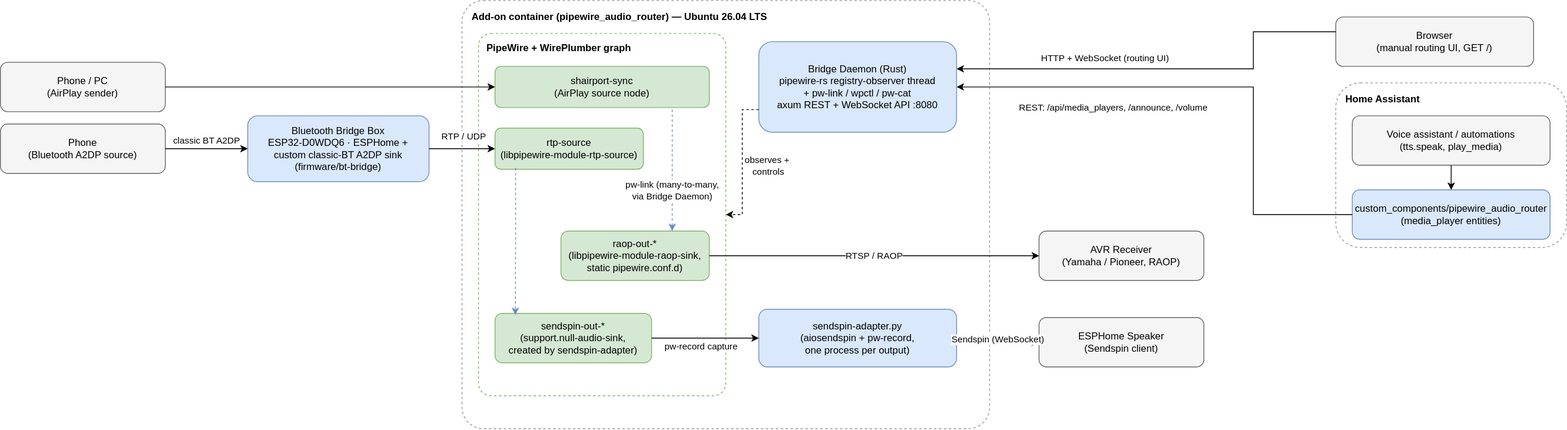
davidgraeff/homeassistant-audio-routing keeps this draw.io diagram as docs/diagrams/system-architecture.svg. Above is the earlier version. Source tidied: cells renumbered, new cells last; positions are measured from the earlier drawing's top-left corner, leaving out a move shared by most shapes.
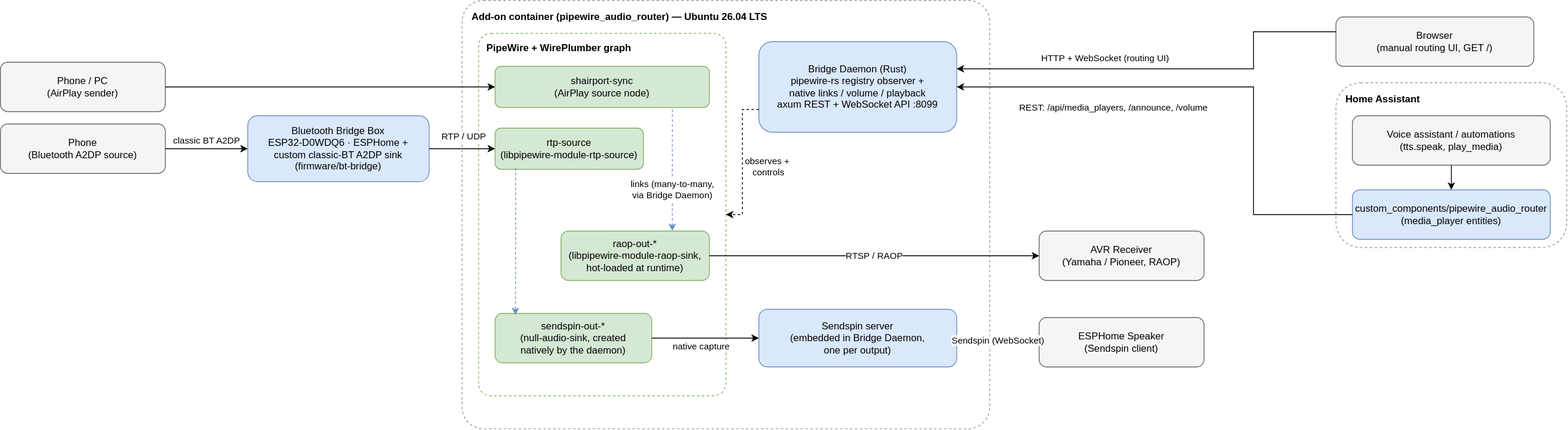
The same diagram one commit later.

Commit message:
Update docs, decisions, and diagrams for the runtime-config architecture

The edit, as a diff of the source:
```diff
@@ -23,16 +23,16 @@
     <mxCell id="8" value="rtp-source&#10;(libpipewire-module-rtp-source)" style="rounded=1;whiteSpace=wrap;html=1;fillColor=#d5e8d4;strokeColor=#82b366;" parent="1" vertex="1">
       <mxGeometry x="600" y="155" width="180" height="50" as="geometry" />
     </mxCell>
-    <mxCell id="9" value="raop-out-*&#10;(libpipewire-module-raop-sink,&#10;static pipewire.conf.d)" style="rounded=1;whiteSpace=wrap;html=1;fillColor=#d5e8d4;strokeColor=#82b366;" parent="1" vertex="1">
+    <mxCell id="9" value="raop-out-*&#10;(libpipewire-module-raop-sink,&#10;hot-loaded at runtime)" style="rounded=1;whiteSpace=wrap;html=1;fillColor=#d5e8d4;strokeColor=#82b366;" parent="1" vertex="1">
       <mxGeometry x="680" y="280" width="180" height="60" as="geometry" />
     </mxCell>
-    <mxCell id="10" value="sendspin-out-*&#10;(support.null-audio-sink,&#10;created by sendspin-adapter)" style="rounded=1;whiteSpace=wrap;html=1;fillColor=#d5e8d4;strokeColor=#82b366;" parent="1" vertex="1">
+    <mxCell id="10" value="sendspin-out-*&#10;(null-audio-sink, created&#10;natively by the daemon)" style="rounded=1;whiteSpace=wrap;html=1;fillColor=#d5e8d4;strokeColor=#82b366;" parent="1" vertex="1">
       <mxGeometry x="600" y="380" width="190" height="60" as="geometry" />
     </mxCell>
-    <mxCell id="11" value="Bridge Daemon (Rust)&#10;pipewire-rs registry-observer thread&#10;+ pw-link / wpctl / pw-cat&#10;axum REST + WebSocket API :8080" style="rounded=1;whiteSpace=wrap;html=1;fillColor=#dae8fc;strokeColor=#6c8ebf;" parent="1" vertex="1">
+    <mxCell id="11" value="Bridge Daemon (Rust)&#10;pipewire-rs registry observer +&#10;native links / volume / playback&#10;axum REST + WebSocket API :8099" style="rounded=1;whiteSpace=wrap;html=1;fillColor=#dae8fc;strokeColor=#6c8ebf;" parent="1" vertex="1">
       <mxGeometry x="920" y="50" width="240" height="110" as="geometry" />
     </mxCell>
-    <mxCell id="12" value="sendspin-adapter.py&#10;(aiosendspin + pw-record,&#10;one process per output)" style="rounded=1;whiteSpace=wrap;html=1;fillColor=#dae8fc;strokeColor=#6c8ebf;" parent="1" vertex="1">
+    <mxCell id="12" value="Sendspin server&#10;(embedded in Bridge Daemon,&#10;one per output)" style="rounded=1;whiteSpace=wrap;html=1;fillColor=#dae8fc;strokeColor=#6c8ebf;" parent="1" vertex="1">
       <mxGeometry x="920" y="375" width="240" height="70" as="geometry" />
     </mxCell>
     <mxCell id="13" value="AVR Receiver&#10;(Yamaha / Pioneer, RAOP)" style="rounded=1;whiteSpace=wrap;html=1;fillColor=#f5f5f5;strokeColor=#666666;" parent="1" vertex="1">
@@ -62,7 +62,7 @@
     <mxCell id="21" value="RTP / UDP" style="edgeStyle=orthogonalEdgeStyle;rounded=0;html=1;exitX=1;exitY=0.5;entryX=0;entryY=0.5;" parent="1" edge="1" source="4" target="8">
       <mxGeometry x="0.06" y="15" relative="1" as="geometry" />
     </mxCell>
-    <mxCell id="22" value="pw-link (many-to-many, &lt;br&gt;via Bridge Daemon)" style="edgeStyle=orthogonalEdgeStyle;rounded=0;html=1;dashed=1;strokeColor=#6c8ebf;exitX=0.827;exitY=1.049;entryX=0.75;entryY=0;exitDx=0;exitDy=0;entryDx=0;entryDy=0;exitPerimeter=0;" parent="1" edge="1" source="7" target="9">
+    <mxCell id="22" value="links (many-to-many, &lt;br&gt;via Bridge Daemon)" style="edgeStyle=orthogonalEdgeStyle;rounded=0;html=1;dashed=1;strokeColor=#6c8ebf;exitX=0.827;exitY=1.049;entryX=0.75;entryY=0;exitDx=0;exitDy=0;entryDx=0;entryDy=0;exitPerimeter=0;" parent="1" edge="1" source="7" target="9">
       <mxGeometry x="0.33" relative="1" as="geometry" />
     </mxCell>
     <mxCell id="23" style="edgeStyle=orthogonalEdgeStyle;rounded=0;html=1;dashed=1;strokeColor=#6c8ebf;exitX=0.139;exitY=0.968;entryX=0.13;entryY=0.032;exitDx=0;exitDy=0;exitPerimeter=0;entryDx=0;entryDy=0;entryPerimeter=0;" parent="1" edge="1" source="8" target="10">
@@ -71,7 +71,7 @@
     <mxCell id="24" value="RTSP / RAOP" style="edgeStyle=orthogonalEdgeStyle;rounded=0;html=1;exitX=1;exitY=0.5;entryX=0;entryY=0.5;" parent="1" edge="1" source="9" target="13">
       <mxGeometry relative="1" as="geometry" />
     </mxCell>
-    <mxCell id="25" value="pw-record capture" style="edgeStyle=orthogonalEdgeStyle;rounded=0;html=1;exitX=1;exitY=0.5;entryX=0;entryY=0.5;" parent="1" edge="1" source="10" target="12">
+    <mxCell id="25" value="native capture" style="edgeStyle=orthogonalEdgeStyle;rounded=0;html=1;exitX=1;exitY=0.5;entryX=0;entryY=0.5;" parent="1" edge="1" source="10" target="12">
       <mxGeometry x="-0.08" y="-10" relative="1" as="geometry" />
     </mxCell>
     <mxCell id="26" value="Sendspin (WebSocket)" style="edgeStyle=orthogonalEdgeStyle;rounded=0;html=1;exitX=1;exitY=0.5;entryX=0;entryY=0.5;" parent="1" edge="1" source="12" target="14">
```
